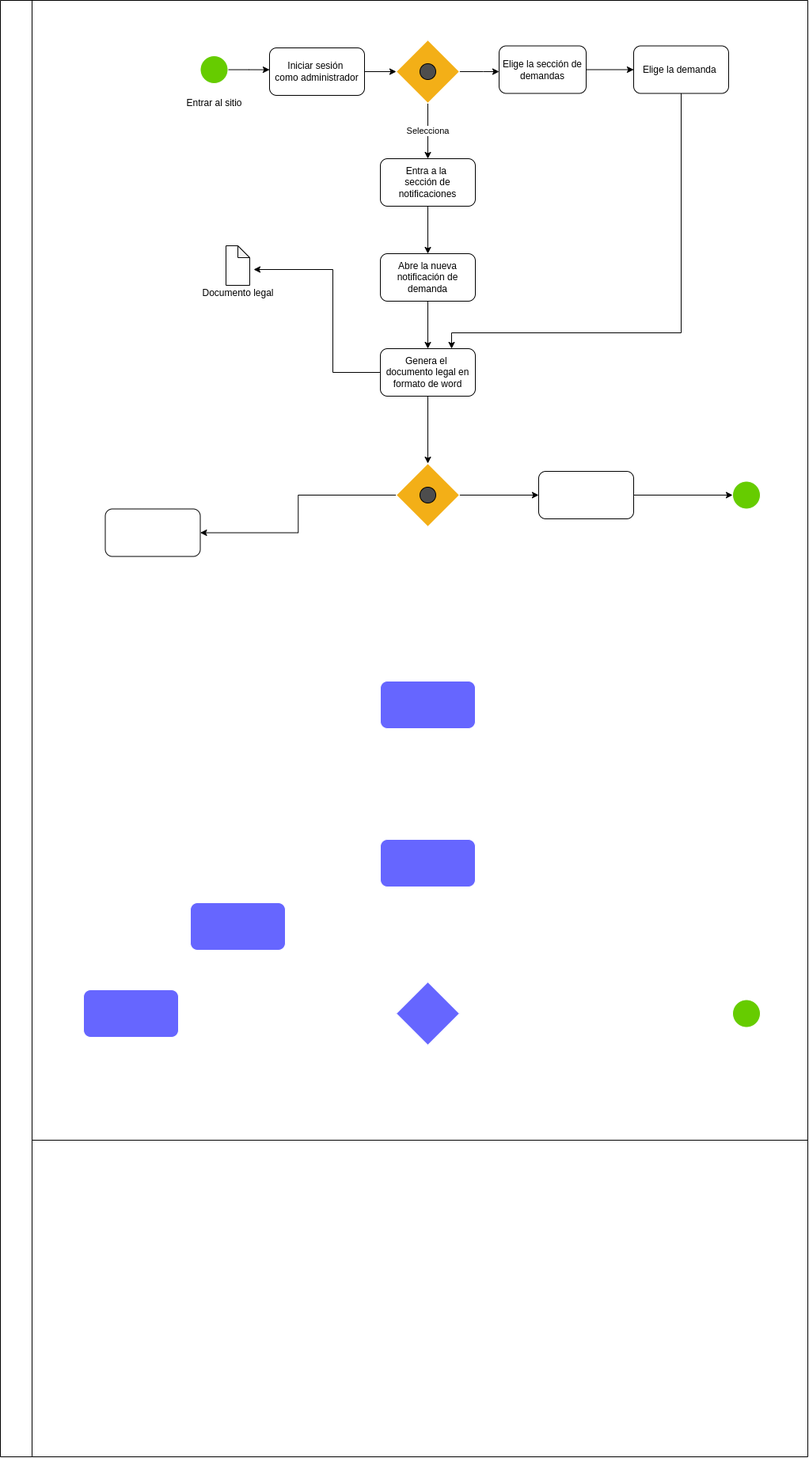
This is frontEndMission/practicas/businessModelAbogabotDiagram/modelingAbogabot.drawio.png from MikeDev206/KatasLaunchX, a draw.io export, as it was before one commit. Source tidied: cells renumbered, new cells last; positions are measured from the earlier drawing's top-left corner, leaving out a move shared by most shapes.
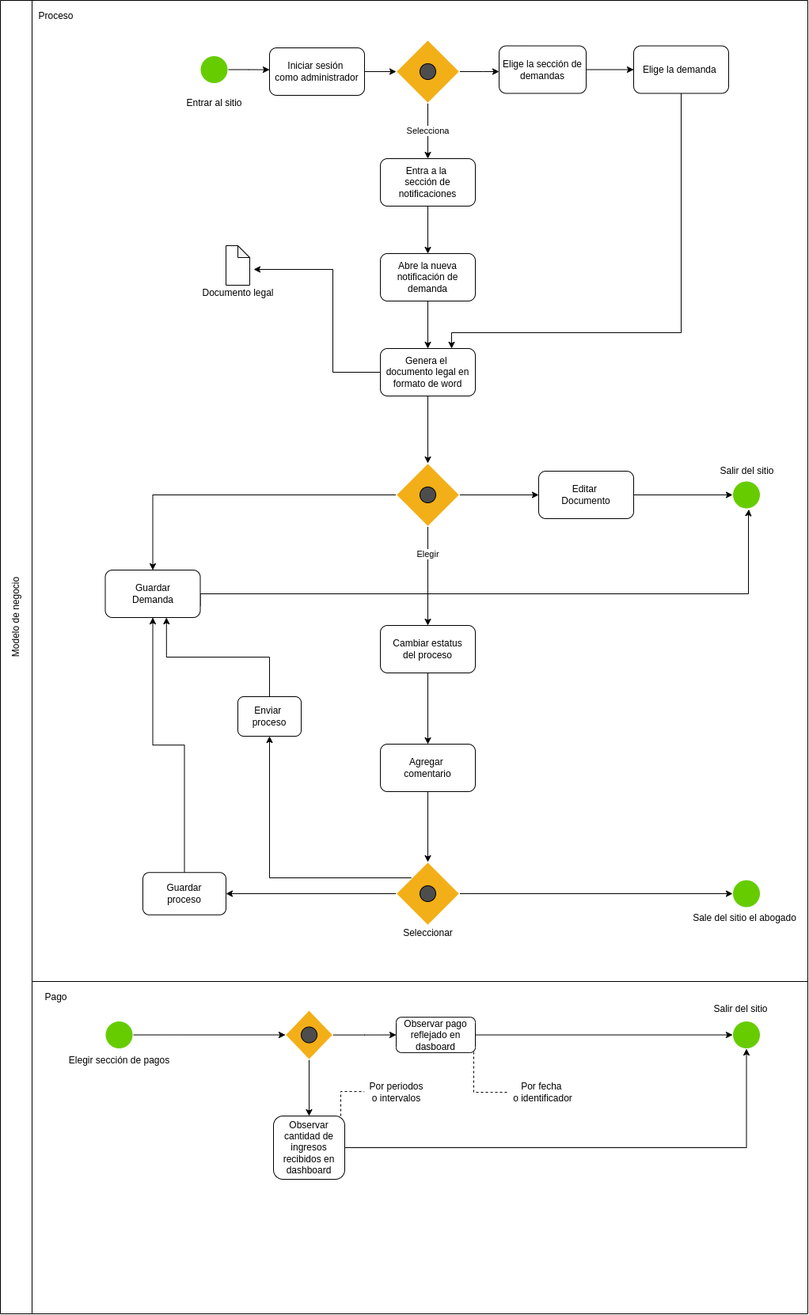
The same file after the commit.

What changed in the source:
```diff
@@ -88,46 +88,65 @@
         <mxPoint x="580" y="625" as="sourcePoint" />
       </mxGeometry>
     </mxCell>
+    <mxCell id="45" style="edgeStyle=orthogonalEdgeStyle;rounded=0;jettySize=auto;html=1;exitX=1;exitY=0.75;exitDx=0;exitDy=0;strokeColor=#000000;entryX=0.585;entryY=1.025;entryDx=0;entryDy=0;entryPerimeter=0;" parent="1" edge="1" source="23" target="26">
+      <mxGeometry relative="1" as="geometry">
+        <Array as="points">
+          <mxPoint x="253" y="750" />
+          <mxPoint x="945" y="750" />
+          <mxPoint x="945" y="650" />
+          <mxPoint x="945" y="650" />
+        </Array>
+      </mxGeometry>
+    </mxCell>
-    <mxCell id="23" style="rounded=1;whiteSpace=wrap;html=1;strokeColor=#000000;fillColor=#FFFFFF;" parent="1" vertex="1">
-      <mxGeometry x="132.5" y="642.5" width="120" height="60" as="geometry" />
+    <mxCell id="23" value="Guardar&lt;br&gt;Demanda" style="rounded=1;whiteSpace=wrap;html=1;strokeColor=#000000;fillColor=#FFFFFF;" parent="1" vertex="1">
+      <mxGeometry x="132.5" y="720" width="120" height="60" as="geometry" />
     </mxCell>
     <mxCell id="24" style="edgeStyle=orthogonalEdgeStyle;rounded=0;jettySize=auto;html=1;entryX=0;entryY=0.5;entryDx=0;entryDy=0;strokeColor=#000000;" parent="1" edge="1" source="25" target="26">
       <mxGeometry relative="1" as="geometry" />
     </mxCell>
-    <mxCell id="25" style="rounded=1;whiteSpace=wrap;html=1;strokeColor=#000000;fillColor=#FFFFFF;" parent="1" vertex="1">
+    <mxCell id="25" value="Editar&amp;nbsp;&lt;br&gt;Documento" style="rounded=1;whiteSpace=wrap;html=1;strokeColor=#000000;fillColor=#FFFFFF;" parent="1" vertex="1">
       <mxGeometry x="680" y="595" width="120" height="60" as="geometry" />
     </mxCell>
     <mxCell id="26" style="ellipse;whiteSpace=wrap;html=1;fillColor=#66CC00;strokeColor=#FFFFFF;" parent="1" vertex="1">
       <mxGeometry x="925" y="607.5" width="35" height="35" as="geometry" />
     </mxCell>
+    <mxCell id="46" style="edgeStyle=orthogonalEdgeStyle;rounded=0;jettySize=auto;html=1;strokeColor=#000000;" parent="1" edge="1" source="27" target="28">
+      <mxGeometry relative="1" as="geometry" />
+    </mxCell>
-    <mxCell id="27" style="rounded=1;whiteSpace=wrap;html=1;strokeColor=#FFFFFF;fillColor=#6666FF;" parent="1" vertex="1">
-      <mxGeometry x="480" y="860" width="120" height="60" as="geometry" />
+    <mxCell id="27" value="Cambiar estatus&lt;br&gt;del proceso" style="rounded=1;whiteSpace=wrap;html=1;strokeColor=#000000;fillColor=#FFFFFF;" parent="1" vertex="1">
+      <mxGeometry x="480" y="790" width="120" height="60" as="geometry" />
     </mxCell>
+    <mxCell id="47" style="edgeStyle=orthogonalEdgeStyle;rounded=0;jettySize=auto;html=1;entryX=0.5;entryY=0;entryDx=0;entryDy=0;strokeColor=#000000;" parent="1" edge="1" source="28" target="55">
+      <mxGeometry relative="1" as="geometry" />
+    </mxCell>
-    <mxCell id="28" style="rounded=1;whiteSpace=wrap;html=1;strokeColor=#FFFFFF;fillColor=#6666FF;" parent="1" vertex="1">
-      <mxGeometry x="480" y="1060" width="120" height="60" as="geometry" />
+    <mxCell id="28" value="Agregar&amp;nbsp;&lt;br&gt;comentario" style="rounded=1;whiteSpace=wrap;html=1;strokeColor=#000000;fillColor=#FFFFFF;" parent="1" vertex="1">
+      <mxGeometry x="480" y="940" width="120" height="60" as="geometry" />
     </mxCell>
+    <mxCell id="48" style="edgeStyle=orthogonalEdgeStyle;rounded=0;jettySize=auto;html=1;exitX=0.5;exitY=0;exitDx=0;exitDy=0;entryX=0.644;entryY=1;entryDx=0;entryDy=0;entryPerimeter=0;strokeColor=#000000;" parent="1" edge="1" source="29" target="23">
+      <mxGeometry relative="1" as="geometry" />
+    </mxCell>
-    <mxCell id="29" style="rounded=1;whiteSpace=wrap;html=1;strokeColor=#FFFFFF;fillColor=#6666FF;" parent="1" vertex="1">
-      <mxGeometry x="240" y="1140" width="120" height="60" as="geometry" />
+    <mxCell id="29" value="Enviar&amp;nbsp;&lt;br&gt;proceso" style="rounded=1;whiteSpace=wrap;html=1;strokeColor=#000000;fillColor=#FFFFFF;" parent="1" vertex="1">
+      <mxGeometry x="300" y="880" width="80" height="50" as="geometry" />
     </mxCell>
+    <mxCell id="49" style="edgeStyle=orthogonalEdgeStyle;rounded=0;jettySize=auto;html=1;exitX=0.5;exitY=0;exitDx=0;exitDy=0;entryX=0.5;entryY=1;entryDx=0;entryDy=0;strokeColor=#000000;" parent="1" edge="1" source="30" target="23">
+      <mxGeometry relative="1" as="geometry" />
+    </mxCell>
-    <mxCell id="30" style="rounded=1;whiteSpace=wrap;html=1;strokeColor=#FFFFFF;fillColor=#6666FF;" parent="1" vertex="1">
-      <mxGeometry x="105" y="1250" width="120" height="60" as="geometry" />
+    <mxCell id="30" value="Guardar&lt;br&gt;proceso" style="rounded=1;whiteSpace=wrap;html=1;strokeColor=#000000;fillColor=#FFFFFF;" parent="1" vertex="1">
+      <mxGeometry x="180" y="1102.2" width="105" height="53.5" as="geometry" />
     </mxCell>
-    <mxCell id="31" style="rhombus;whiteSpace=wrap;html=1;strokeColor=#FFFFFF;fillColor=#6666FF;" parent="1" vertex="1">
-      <mxGeometry x="500" y="1240" width="80" height="80" as="geometry" />
-    </mxCell>
     <mxCell id="32" style="ellipse;whiteSpace=wrap;html=1;fillColor=#66CC00;strokeColor=#FFFFFF;" parent="1" vertex="1">
-      <mxGeometry x="925" y="1262.5" width="35" height="35" as="geometry" />
+      <mxGeometry x="925" y="1111.5" width="35" height="35" as="geometry" />
     </mxCell>
     <mxCell id="33" style="endArrow=none;html=1;rounded=0;strokeColor=#000000;" parent="1" edge="1">
       <mxGeometry relative="1" as="geometry">
-        <mxPoint x="40" y="1440" as="sourcePoint" />
-        <mxPoint x="1020" y="1440" as="targetPoint" />
+        <mxPoint x="40" y="1240" as="sourcePoint" />
+        <mxPoint x="1020" y="1240" as="targetPoint" />
       </mxGeometry>
     </mxCell>
     <mxCell id="34" style="endArrow=none;html=1;rounded=0;strokeColor=#000000;" parent="1" edge="1">
       <mxGeometry relative="1" as="geometry">
         <mxPoint x="1020" as="sourcePoint" />
-        <mxPoint x="1020" y="1840" as="targetPoint" />
+        <mxPoint x="1020" y="1660" as="targetPoint" />
       </mxGeometry>
     </mxCell>
     <mxCell id="35" style="endArrow=none;html=1;rounded=0;strokeColor=#000000;" parent="1" edge="1">
@@ -138,26 +157,26 @@
     </mxCell>
     <mxCell id="36" style="endArrow=none;html=1;rounded=0;strokeColor=#000000;" parent="1" edge="1">
       <mxGeometry relative="1" as="geometry">
-        <mxPoint y="1840" as="sourcePoint" />
+        <mxPoint y="1660" as="sourcePoint" />
         <mxPoint as="targetPoint" />
       </mxGeometry>
     </mxCell>
     <mxCell id="37" style="endArrow=none;html=1;rounded=0;strokeColor=#000000;" parent="1" edge="1">
       <mxGeometry relative="1" as="geometry">
-        <mxPoint x="40" y="1840" as="sourcePoint" />
+        <mxPoint x="40" y="1660" as="sourcePoint" />
         <mxPoint x="40" as="targetPoint" />
       </mxGeometry>
     </mxCell>
     <mxCell id="38" style="endArrow=none;html=1;rounded=0;strokeColor=#000000;" parent="1" edge="1">
       <mxGeometry relative="1" as="geometry">
-        <mxPoint y="1840" as="sourcePoint" />
-        <mxPoint x="40" y="1840" as="targetPoint" />
+        <mxPoint y="1660" as="sourcePoint" />
+        <mxPoint x="40" y="1660" as="targetPoint" />
       </mxGeometry>
     </mxCell>
     <mxCell id="39" style="endArrow=none;html=1;rounded=0;strokeColor=#000000;" parent="1" edge="1">
       <mxGeometry relative="1" as="geometry">
-        <mxPoint x="40" y="1840" as="sourcePoint" />
-        <mxPoint x="1020" y="1840" as="targetPoint" />
+        <mxPoint x="40" y="1660" as="sourcePoint" />
+        <mxPoint x="1020" y="1660" as="targetPoint" />
       </mxGeometry>
     </mxCell>
     <mxCell id="40" style="ellipse;whiteSpace=wrap;html=1;strokeColor=#000000;fillColor=#4D4D4D;" parent="1" vertex="1">
@@ -166,6 +185,9 @@
     <mxCell id="41" style="edgeStyle=orthogonalEdgeStyle;rounded=0;jettySize=auto;html=1;strokeColor=#000000;" parent="1" edge="1" source="42" target="23">
       <mxGeometry relative="1" as="geometry" />
     </mxCell>
+    <mxCell id="50" value="Elegir&lt;br&gt;" style="edgeStyle=orthogonalEdgeStyle;rounded=0;jettySize=auto;html=1;entryX=0.5;entryY=0;entryDx=0;entryDy=0;strokeColor=#000000;" parent="1" edge="1" source="42" target="27">
+      <mxGeometry x="-0.44" relative="1" as="geometry" />
+    </mxCell>
     <mxCell id="42" style="rhombus;whiteSpace=wrap;html=1;strokeColor=#FFFFFF;fillColor=#f3af17;" parent="1" vertex="1">
       <mxGeometry x="500" y="585" width="80" height="80" as="geometry" />
     </mxCell>
@@ -175,5 +197,101 @@
     <mxCell id="44" value="Documento legal" style="text;html=1;align=center;verticalAlign=middle;strokeColor=none;fillColor=none;" parent="1" vertex="1">
       <mxGeometry x="245" y="360" width="110" height="20" as="geometry" />
     </mxCell>
+    <mxCell id="51" value="Salir del sitio" style="text;html=1;align=center;verticalAlign=middle;strokeColor=none;fillColor=none;" parent="1" vertex="1">
+      <mxGeometry x="902.5" y="585" width="80" height="20" as="geometry" />
+    </mxCell>
+    <mxCell id="52" style="edgeStyle=orthogonalEdgeStyle;rounded=0;jettySize=auto;html=1;entryX=0;entryY=0.5;entryDx=0;entryDy=0;strokeColor=#000000;" parent="1" edge="1" source="55" target="32">
+      <mxGeometry relative="1" as="geometry" />
+    </mxCell>
+    <mxCell id="53" style="edgeStyle=orthogonalEdgeStyle;rounded=0;jettySize=auto;html=1;entryX=1;entryY=0.5;entryDx=0;entryDy=0;strokeColor=#000000;" parent="1" edge="1" source="55" target="30">
+      <mxGeometry relative="1" as="geometry" />
+    </mxCell>
+    <mxCell id="54" style="edgeStyle=orthogonalEdgeStyle;rounded=0;jettySize=auto;html=1;exitX=0;exitY=0;exitDx=0;exitDy=0;strokeColor=#000000;" parent="1" edge="1" source="55">
+      <mxGeometry relative="1" as="geometry">
+        <mxPoint x="340" y="930" as="targetPoint" />
+      </mxGeometry>
+    </mxCell>
+    <mxCell id="55" style="rhombus;whiteSpace=wrap;html=1;strokeColor=#FFFFFF;fillColor=#f3af17;" parent="1" vertex="1">
+      <mxGeometry x="500" y="1089" width="80" height="80" as="geometry" />
+    </mxCell>
+    <mxCell id="56" style="ellipse;whiteSpace=wrap;html=1;strokeColor=#000000;fillColor=#4D4D4D;" parent="1" vertex="1">
+      <mxGeometry x="530" y="1119" width="20" height="20" as="geometry" />
+    </mxCell>
+    <mxCell id="57" value="Sale del sitio el abogado" style="text;html=1;align=center;verticalAlign=middle;strokeColor=none;fillColor=none;" parent="1" vertex="1">
+      <mxGeometry x="865" y="1150" width="150" height="20" as="geometry" />
+    </mxCell>
+    <mxCell id="58" value="Seleccionar" style="text;html=1;align=center;verticalAlign=middle;strokeColor=none;fillColor=none;" parent="1" vertex="1">
+      <mxGeometry x="500" y="1169" width="80" height="20" as="geometry" />
+    </mxCell>
+    <mxCell id="59" value="Modelo de negocio" style="text;html=1;align=center;verticalAlign=middle;strokeColor=none;fillColor=none;rotation=-90;" parent="1" vertex="1">
+      <mxGeometry x="-40" y="770" width="120" height="20" as="geometry" />
+    </mxCell>
+    <mxCell id="60" value="Proceso&lt;br&gt;" style="text;html=1;align=center;verticalAlign=middle;strokeColor=none;fillColor=none;" parent="1" vertex="1">
+      <mxGeometry x="40" y="10" width="60" height="20" as="geometry" />
+    </mxCell>
+    <mxCell id="61" value="Pago&lt;br&gt;" style="text;html=1;align=center;verticalAlign=middle;strokeColor=none;fillColor=none;" parent="1" vertex="1">
+      <mxGeometry x="50" y="1250" width="40" height="20" as="geometry" />
+    </mxCell>
+    <mxCell id="62" style="edgeStyle=orthogonalEdgeStyle;rounded=0;jettySize=auto;html=1;entryX=0;entryY=0.5;entryDx=0;entryDy=0;strokeColor=#000000;" parent="1" edge="1" source="63" target="67">
+      <mxGeometry relative="1" as="geometry" />
+    </mxCell>
+    <mxCell id="63" style="ellipse;whiteSpace=wrap;html=1;fillColor=#66CC00;strokeColor=#FFFFFF;" parent="1" vertex="1">
+      <mxGeometry x="132.5" y="1290" width="35" height="35" as="geometry" />
+    </mxCell>
+    <mxCell id="64" value="Elegir sección de pagos" style="text;html=1;align=center;verticalAlign=middle;strokeColor=none;fillColor=none;" parent="1" vertex="1">
+      <mxGeometry x="80" y="1330" width="140" height="20" as="geometry" />
+    </mxCell>
+    <mxCell id="65" style="edgeStyle=orthogonalEdgeStyle;rounded=0;jettySize=auto;html=1;strokeColor=#000000;" parent="1" edge="1" source="67" target="72">
+      <mxGeometry relative="1" as="geometry" />
+    </mxCell>
+    <mxCell id="66" style="edgeStyle=orthogonalEdgeStyle;rounded=0;jettySize=auto;html=1;strokeColor=#000000;" parent="1" edge="1" source="67" target="70">
+      <mxGeometry relative="1" as="geometry" />
+    </mxCell>
+    <mxCell id="67" style="rhombus;whiteSpace=wrap;html=1;strokeColor=#FFFFFF;fillColor=#f3af17;" parent="1" vertex="1">
+      <mxGeometry x="360" y="1276.2" width="60" height="62.5" as="geometry" />
+    </mxCell>
+    <mxCell id="68" style="ellipse;whiteSpace=wrap;html=1;strokeColor=#000000;fillColor=#4D4D4D;" parent="1" vertex="1">
+      <mxGeometry x="380" y="1297.5" width="20" height="20" as="geometry" />
+    </mxCell>
+    <mxCell id="69" style="edgeStyle=orthogonalEdgeStyle;rounded=0;jettySize=auto;html=1;entryX=0;entryY=0.5;entryDx=0;entryDy=0;strokeColor=#000000;" parent="1" edge="1" source="70" target="73">
+      <mxGeometry relative="1" as="geometry" />
+    </mxCell>
+    <mxCell id="70" value="Observar pago reflejado en dasboard" style="rounded=1;whiteSpace=wrap;html=1;strokeColor=#000000;fillColor=#FFFFFF;" parent="1" vertex="1">
+      <mxGeometry x="500" y="1285.1" width="100" height="44.8" as="geometry" />
+    </mxCell>
+    <mxCell id="71" style="edgeStyle=orthogonalEdgeStyle;rounded=0;jettySize=auto;html=1;entryX=0.5;entryY=1;entryDx=0;entryDy=0;strokeColor=#000000;" parent="1" edge="1" source="72" target="73">
+      <mxGeometry relative="1" as="geometry" />
+    </mxCell>
+    <mxCell id="72" value="Observar cantidad de ingresos recibidos en dashboard" style="rounded=1;whiteSpace=wrap;html=1;strokeColor=#000000;fillColor=#FFFFFF;" parent="1" vertex="1">
+      <mxGeometry x="345" y="1410" width="90" height="80" as="geometry" />
+    </mxCell>
+    <mxCell id="73" style="ellipse;whiteSpace=wrap;html=1;fillColor=#66CC00;strokeColor=#FFFFFF;" parent="1" vertex="1">
+      <mxGeometry x="925" y="1290" width="35" height="35" as="geometry" />
+    </mxCell>
+    <mxCell id="74" value="Salir del sitio" style="text;html=1;align=center;verticalAlign=middle;strokeColor=none;fillColor=none;" parent="1" vertex="1">
+      <mxGeometry x="895" y="1265.1" width="80" height="20" as="geometry" />
+    </mxCell>
+    <mxCell id="75" value="Por periodos&lt;br&gt;o intervalos&lt;br&gt;" style="text;html=1;align=center;verticalAlign=middle;points=[];strokeColor=none;fillColor=none;" parent="1" vertex="1">
+      <mxGeometry x="460" y="1365" width="80" height="30" as="geometry" />
+    </mxCell>
+    <mxCell id="76" value="Por fecha&amp;nbsp;&lt;br&gt;o identificador" style="text;html=1;align=center;verticalAlign=middle;points=[];strokeColor=none;fillColor=none;" parent="1" vertex="1">
+      <mxGeometry x="640" y="1365" width="90" height="30" as="geometry" />
+    </mxCell>
+    <mxCell id="77" style="endArrow=none;dashed=1;html=1;rounded=0;strokeColor=#000000;entryX=-0.005;entryY=0.47;entryDx=0;entryDy=0;entryPerimeter=0;" parent="1" edge="1" target="75">
+      <mxGeometry relative="1" as="geometry">
+        <mxPoint x="430" y="1410" as="sourcePoint" />
+        <Array as="points">
+          <mxPoint x="430" y="1379" />
+        </Array>
+      </mxGeometry>
+    </mxCell>
+    <mxCell id="78" style="endArrow=none;dashed=1;html=1;rounded=0;strokeColor=#000000;entryX=0.98;entryY=0.988;entryDx=0;entryDy=0;entryPerimeter=0;exitX=0;exitY=0.5;exitDx=0;exitDy=0;exitPerimeter=0;" parent="1" edge="1" source="76" target="70">
+      <mxGeometry relative="1" as="geometry">
+        <Array as="points">
+          <mxPoint x="620" y="1380" />
+          <mxPoint x="598" y="1380" />
+        </Array>
+      </mxGeometry>
+    </mxCell>
   </root>
 </mxGraphModel>
```
